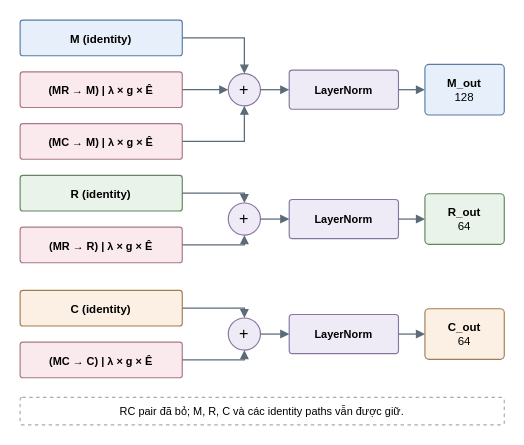
This is figures_source/rc-free-routing.drawio from moimoi05/kltn, a draw.io file, before an edit. Source tidied: cells renumbered, new cells numbered last; positions are measured from the earlier drawing's top-left corner, leaving out a move shared by most shapes. Both pictures are drawn from the tidied source at 115%, with x=0, y=0 at pixel (20, 20).
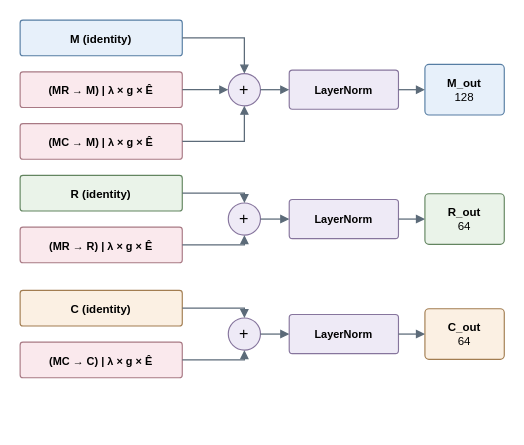
After the change.

The edit, as a diff of the source:
```diff
@@
-    <mxCell id="31" value="RC pair đã bỏ; M, R, C và các identity paths vẫn được giữ." style="html=1;fontFamily=Arial;fontColor=#000000;whiteSpace=wrap;rounded=1;arcSize=8;fillColor=#FFFFFF;strokeColor=#A2ADB7;strokeWidth=1;fontSize=9.5;spacing=5;dashed=1;" parent="1" vertex="1">
-      <mxGeometry y="328" width="421" height="24" as="geometry" />
-    </mxCell>
```
